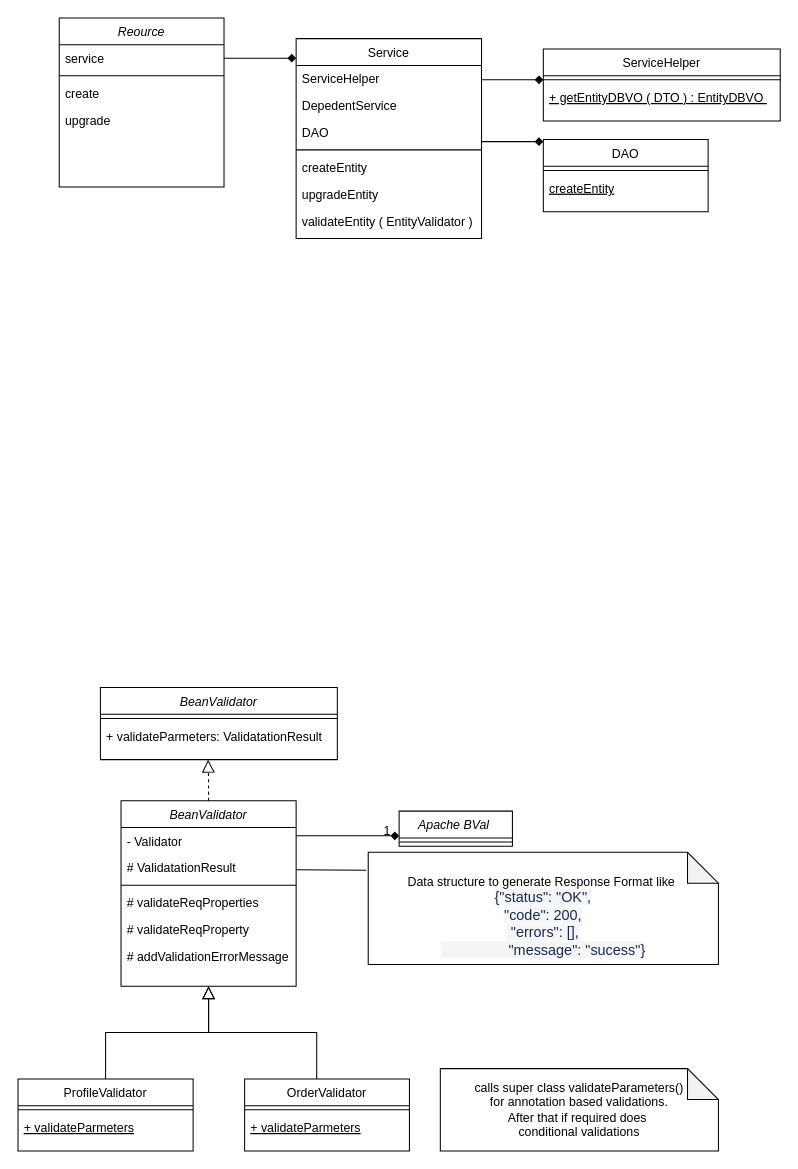
Above: Untitled Diagram.drawio in rednas/Test (draw.io), before the change. Source tidied: cells renumbered, new cells numbered last; positions are measured from the earlier drawing's top-left corner, leaving out a move shared by most shapes. Both pictures are drawn from the tidied source at 103%, with x=0, y=0 at pixel (18, 18).
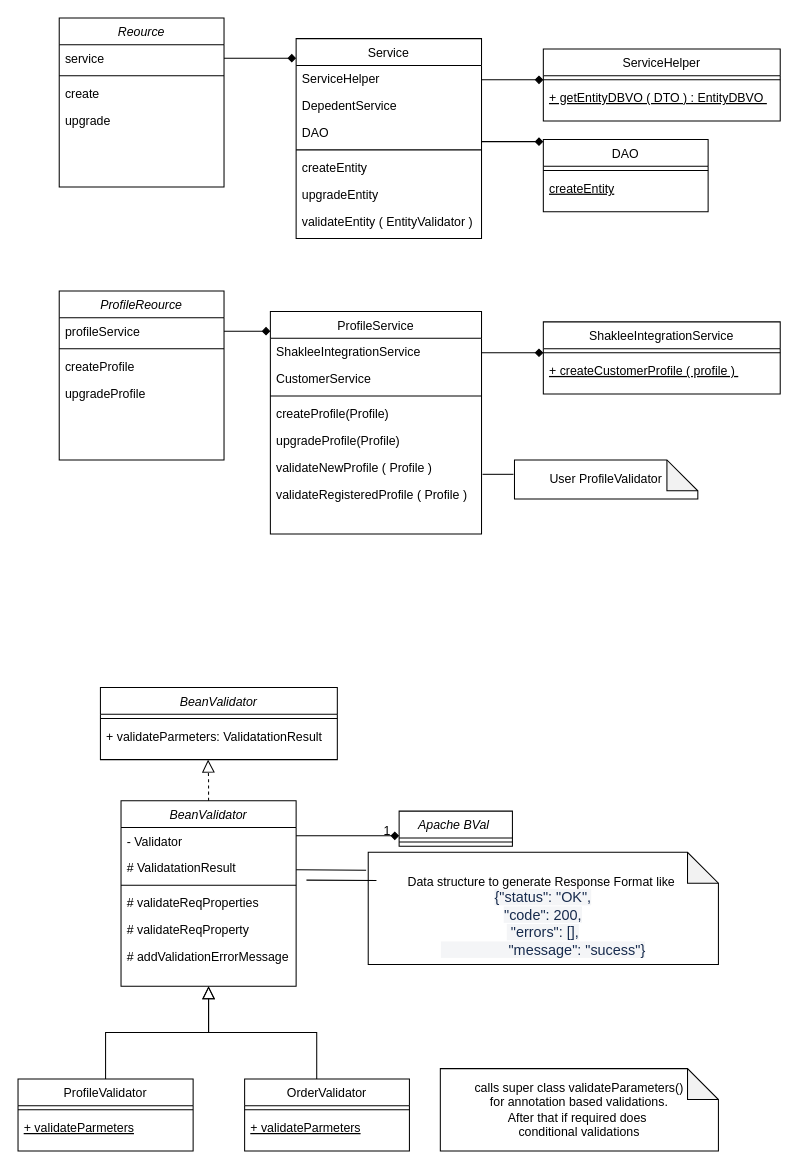
The same page after the edit.

Commit message:
REST API Class Diagrams.drawio

What changed in the source:
```diff
@@
+    <mxCell id="50" value="ProfileReource" style="swimlane;fontStyle=2;align=center;verticalAlign=top;horizontal=1;startSize=26;rounded=0;shadow=0;strokeWidth=1;" parent="1" vertex="1">
+      <mxGeometry x="40" y="265" width="160" height="164" as="geometry" />
+    </mxCell>
+    <mxCell id="51" value="profileService" style="text;align=left;verticalAlign=top;spacingLeft=4;spacingRight=4;overflow=hidden;points=[[0,0.5],[1,0.5]];portConstraint=eastwest;" parent="50" vertex="1">
+      <mxGeometry y="26" width="160" height="26" as="geometry" />
+    </mxCell>
+    <mxCell id="52" style="line;html=1;strokeWidth=1;align=left;verticalAlign=middle;spacingTop=-1;spacingLeft=3;spacingRight=3;labelPosition=right;" parent="50" vertex="1">
+      <mxGeometry y="52" width="160" height="8" as="geometry" />
+    </mxCell>
+    <mxCell id="53" value="createProfile" style="text;align=left;verticalAlign=top;spacingLeft=4;spacingRight=4;overflow=hidden;" parent="50" vertex="1">
+      <mxGeometry y="60" width="160" height="26" as="geometry" />
+    </mxCell>
+    <mxCell id="54" value="upgradeProfile" style="text;align=left;verticalAlign=top;spacingLeft=4;spacingRight=4;overflow=hidden;" parent="50" vertex="1">
+      <mxGeometry y="86" width="160" height="26" as="geometry" />
+    </mxCell>
+    <mxCell id="55" value="ProfileService" style="swimlane;fontStyle=0;align=center;verticalAlign=top;horizontal=1;startSize=26;rounded=0;shadow=0;strokeWidth=1;" parent="1" vertex="1">
+      <mxGeometry x="245" y="285" width="205" height="216" as="geometry" />
+    </mxCell>
+    <mxCell id="56" value="ShakleeIntegrationService" style="text;align=left;verticalAlign=top;spacingLeft=4;spacingRight=4;overflow=hidden;" parent="55" vertex="1">
+      <mxGeometry y="26" width="205" height="26" as="geometry" />
+    </mxCell>
+    <mxCell id="57" value="CustomerService" style="text;align=left;verticalAlign=top;spacingLeft=4;spacingRight=4;overflow=hidden;rounded=0;shadow=0;html=0;" parent="55" vertex="1">
+      <mxGeometry y="52" width="205" height="26" as="geometry" />
+    </mxCell>
+    <mxCell id="58" style="line;html=1;strokeWidth=1;align=left;verticalAlign=middle;spacingTop=-1;spacingLeft=3;spacingRight=3;labelPosition=right;" parent="55" vertex="1">
+      <mxGeometry y="78" width="205" height="8" as="geometry" />
+    </mxCell>
+    <mxCell id="59" value="createProfile(Profile)" style="text;align=left;verticalAlign=top;spacingLeft=4;spacingRight=4;overflow=hidden;" parent="55" vertex="1">
+      <mxGeometry y="86" width="205" height="26" as="geometry" />
+    </mxCell>
+    <mxCell id="60" value="upgradeProfile(Profile)" style="text;align=left;verticalAlign=top;spacingLeft=4;spacingRight=4;overflow=hidden;" parent="55" vertex="1">
+      <mxGeometry y="112" width="205" height="26" as="geometry" />
+    </mxCell>
+    <mxCell id="61" value="validateNewProfile ( Profile )" style="text;align=left;verticalAlign=top;spacingLeft=4;spacingRight=4;overflow=hidden;" parent="55" vertex="1">
+      <mxGeometry y="138" width="205" height="26" as="geometry" />
+    </mxCell>
+    <mxCell id="62" style="endArrow=none;html=1;rounded=0;" parent="55" edge="1">
+      <mxGeometry relative="1" as="geometry">
+        <mxPoint x="206" y="158" as="sourcePoint" />
+        <mxPoint x="236" y="158" as="targetPoint" />
+      </mxGeometry>
+    </mxCell>
+    <mxCell id="63" value="validateRegisteredProfile ( Profile )" style="text;align=left;verticalAlign=top;spacingLeft=4;spacingRight=4;overflow=hidden;" parent="55" vertex="1">
+      <mxGeometry y="164" width="205" height="26" as="geometry" />
+    </mxCell>
+    <mxCell id="64" style="endArrow=diamond;shadow=0;strokeWidth=1;rounded=0;endFill=1;edgeStyle=elbowEdgeStyle;elbow=vertical;exitX=1;exitY=0.5;exitDx=0;exitDy=0;" parent="1" edge="1" source="51" target="55">
+      <mxGeometry x="0.5" y="41" relative="1" as="geometry">
+        <mxPoint x="-40" y="32" as="offset" />
+      </mxGeometry>
+    </mxCell>
+    <mxCell id="65" value="ShakleeIntegrationService" style="swimlane;fontStyle=0;align=center;verticalAlign=top;horizontal=1;startSize=26;rounded=0;shadow=0;strokeWidth=1;" parent="1" vertex="1">
+      <mxGeometry x="510" y="295" width="230" height="70" as="geometry" />
+    </mxCell>
+    <mxCell id="66" style="line;html=1;strokeWidth=1;align=left;verticalAlign=middle;spacingTop=-1;spacingLeft=3;spacingRight=3;labelPosition=right;" parent="65" vertex="1">
+      <mxGeometry y="26" width="230" height="8" as="geometry" />
+    </mxCell>
+    <mxCell id="67" value="+ createCustomerProfile ( profile ) " style="text;align=left;verticalAlign=top;spacingLeft=4;spacingRight=4;overflow=hidden;fontStyle=4;" parent="65" vertex="1">
+      <mxGeometry y="34" width="230" height="26" as="geometry" />
+    </mxCell>
+    <mxCell id="68" style="endArrow=diamond;shadow=0;strokeWidth=1;rounded=0;endFill=1;edgeStyle=elbowEdgeStyle;elbow=vertical;" parent="1" edge="1">
+      <mxGeometry x="0.5" y="41" relative="1" as="geometry">
+        <mxPoint x="450" y="325" as="sourcePoint" />
+        <mxPoint x="510" y="325" as="targetPoint" />
+        <mxPoint x="-40" y="32" as="offset" />
+      </mxGeometry>
+    </mxCell>
+    <mxCell id="69" value="User ProfileValidator" style="shape=note;whiteSpace=wrap;html=1;backgroundOutline=1;darkOpacity=0.05;" parent="1" vertex="1">
+      <mxGeometry x="482" y="429" width="178" height="38" as="geometry" />
+    </mxCell>
+    <mxCell id="70" style="endArrow=none;html=1;rounded=0;entryX=-0.006;entryY=0.159;entryDx=0;entryDy=0;entryPerimeter=0;" parent="1" edge="1">
+      <mxGeometry relative="1" as="geometry">
+        <mxPoint x="280" y="837" as="sourcePoint" />
+        <mxPoint x="348" y="837.3" as="targetPoint" />
+      </mxGeometry>
+    </mxCell>
```
